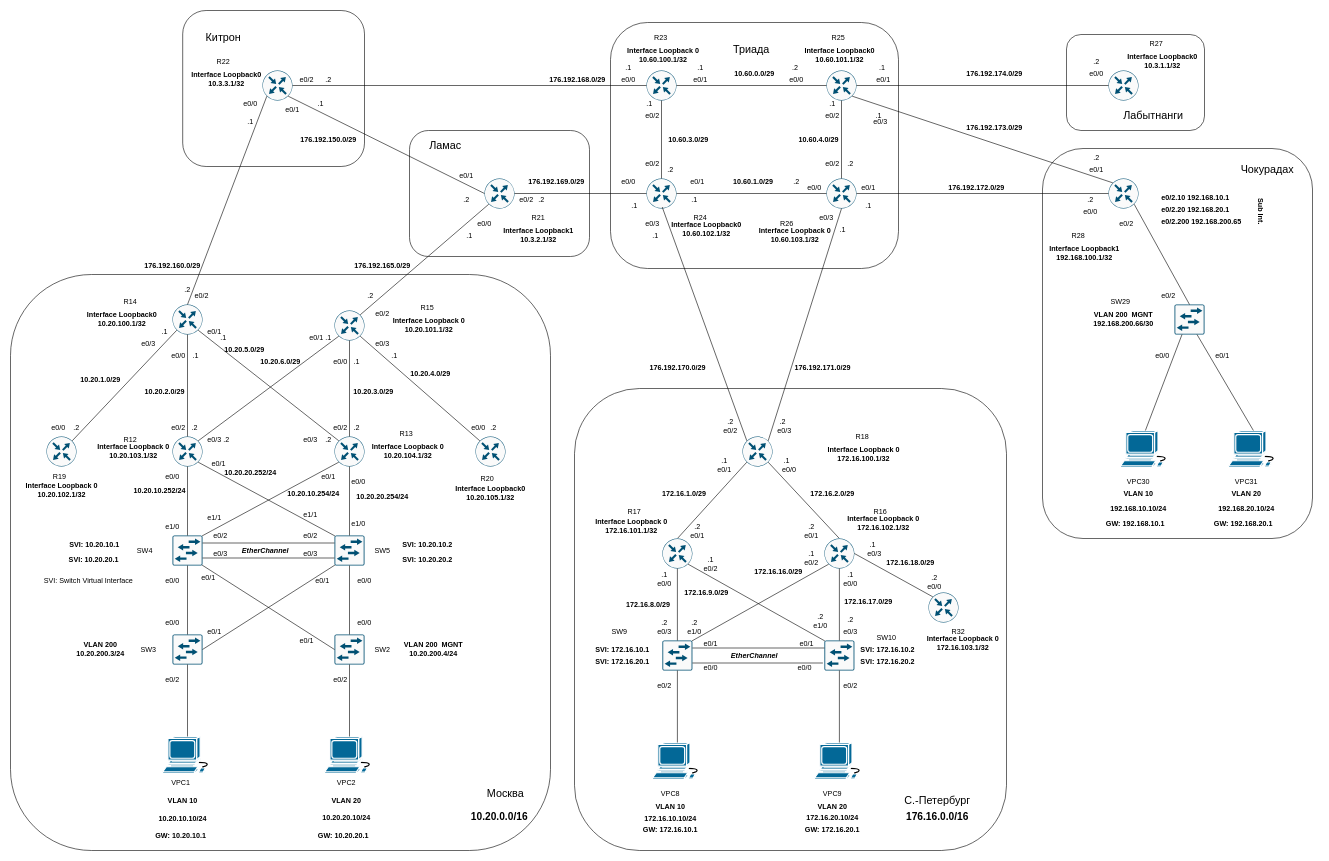
The draw.io diagram page "Basic IP plan" (1 of 5) of Lab04.drawio in fueller-max/drawio, before the edit. Source tidied: cells renumbered, new cells numbered last; positions are measured from the earlier drawing's top-left corner, leaving out a move shared by most shapes. Both pictures are drawn from the tidied source at 60%, with x=0, y=0 at pixel (10, 10).
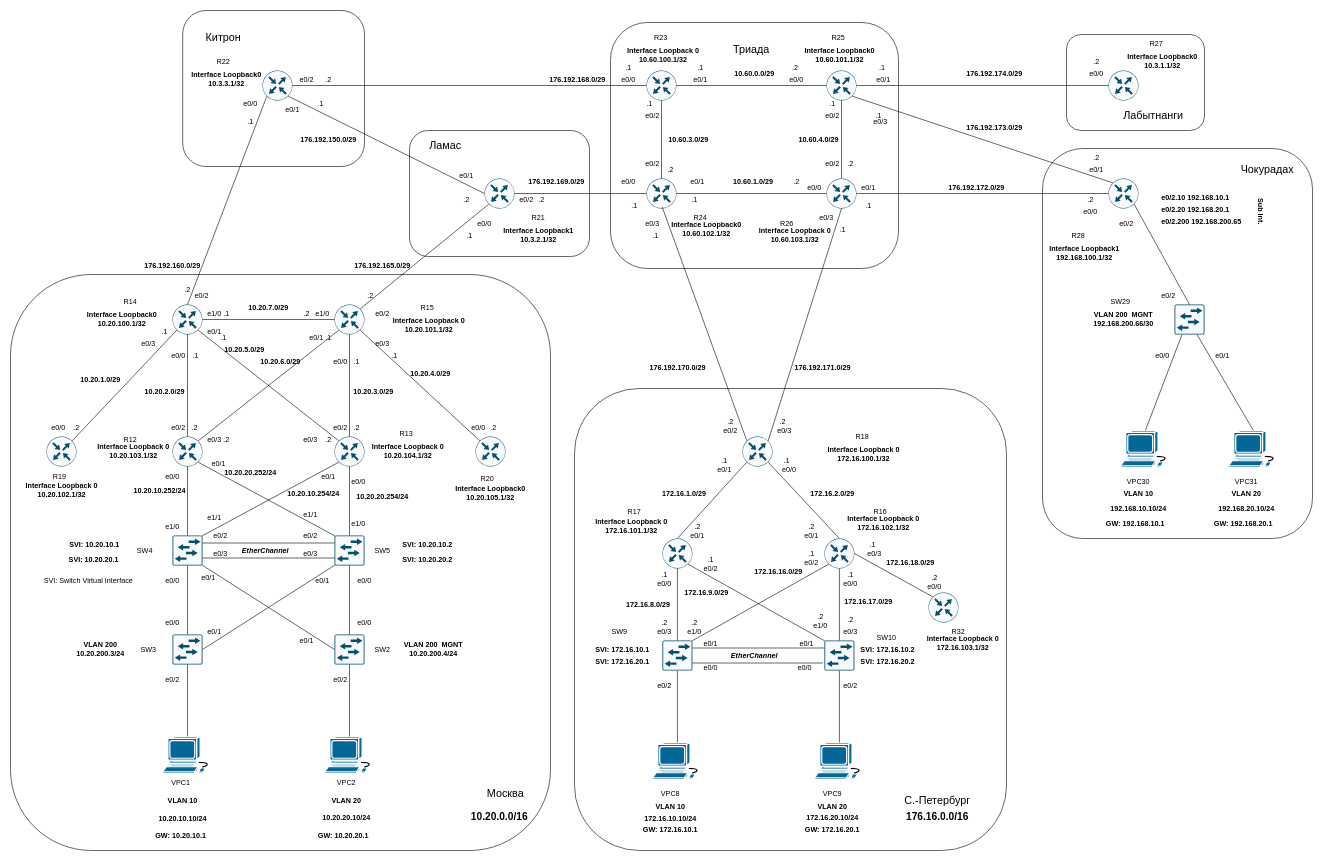
Above is the later version.

Unchanged cells that the change refers to:
```xml
<mxCell id="11" style="sketch=0;points=[[0.5,0,0],[1,0.5,0],[0.5,1,0],[0,0.5,0],[0.145,0.145,0],[0.8555,0.145,0],[0.855,0.8555,0],[0.145,0.855,0]];verticalLabelPosition=bottom;html=1;verticalAlign=top;align=center;shape=mxgraph.cisco19.rect;prIcon=router;fillColor=#FAFAFA;strokeColor=#005073;" parent="1" vertex="1">
  <mxGeometry x="270" y="490" width="50" height="50" as="geometry" />
</mxCell>
```

The edit, as a diff of the source:
```diff
@@
     <mxCell id="12" style="sketch=0;points=[[0.5,0,0],[1,0.5,0],[0.5,1,0],[0,0.5,0],[0.145,0.145,0],[0.8555,0.145,0],[0.855,0.8555,0],[0.145,0.855,0]];verticalLabelPosition=bottom;html=1;verticalAlign=top;align=center;shape=mxgraph.cisco19.rect;prIcon=router;fillColor=#FAFAFA;strokeColor=#005073;" parent="1" vertex="1">
-      <mxGeometry x="540" y="500" width="50" height="50" as="geometry" />
+      <mxGeometry x="540" y="490" width="50" height="50" as="geometry" />
     </mxCell>
@@
+    <mxCell id="352" style="endArrow=none;html=1;rounded=0;entryX=0;entryY=0.5;entryDx=0;entryDy=0;entryPerimeter=0;exitX=1;exitY=0.5;exitDx=0;exitDy=0;exitPerimeter=0;" parent="1" edge="1" source="11" target="12">
+      <mxGeometry relative="1" as="geometry" />
+    </mxCell>
+    <mxCell id="353" value="10.20&lt;span style=&quot;background-color: initial;&quot;&gt;.7.0/29&lt;/span&gt;" style="text;html=1;align=center;verticalAlign=middle;whiteSpace=wrap;rounded=0;fontStyle=1;rotation=0;" parent="1" vertex="1">
+      <mxGeometry x="420" y="480" width="20" height="30" as="geometry" />
+    </mxCell>
+    <mxCell id="354" value=".1" style="text;html=1;align=center;verticalAlign=middle;whiteSpace=wrap;rounded=0;flipH=1;" parent="1" vertex="1">
+      <mxGeometry x="330" y="490" width="60" height="30" as="geometry" />
+    </mxCell>
+    <mxCell id="355" value="e1/0" style="text;html=1;align=center;verticalAlign=middle;whiteSpace=wrap;rounded=0;" parent="1" vertex="1">
+      <mxGeometry x="310" y="490" width="60" height="30" as="geometry" />
+    </mxCell>
+    <mxCell id="356" value="e1/0" style="text;html=1;align=center;verticalAlign=middle;whiteSpace=wrap;rounded=0;" parent="1" vertex="1">
+      <mxGeometry x="490" y="490" width="60" height="30" as="geometry" />
+    </mxCell>
+    <mxCell id="357" value=".2" style="text;html=1;align=center;verticalAlign=middle;whiteSpace=wrap;rounded=0;flipH=1;" parent="1" vertex="1">
+      <mxGeometry x="463.5" y="490" width="60" height="30" as="geometry" />
+    </mxCell>
```
